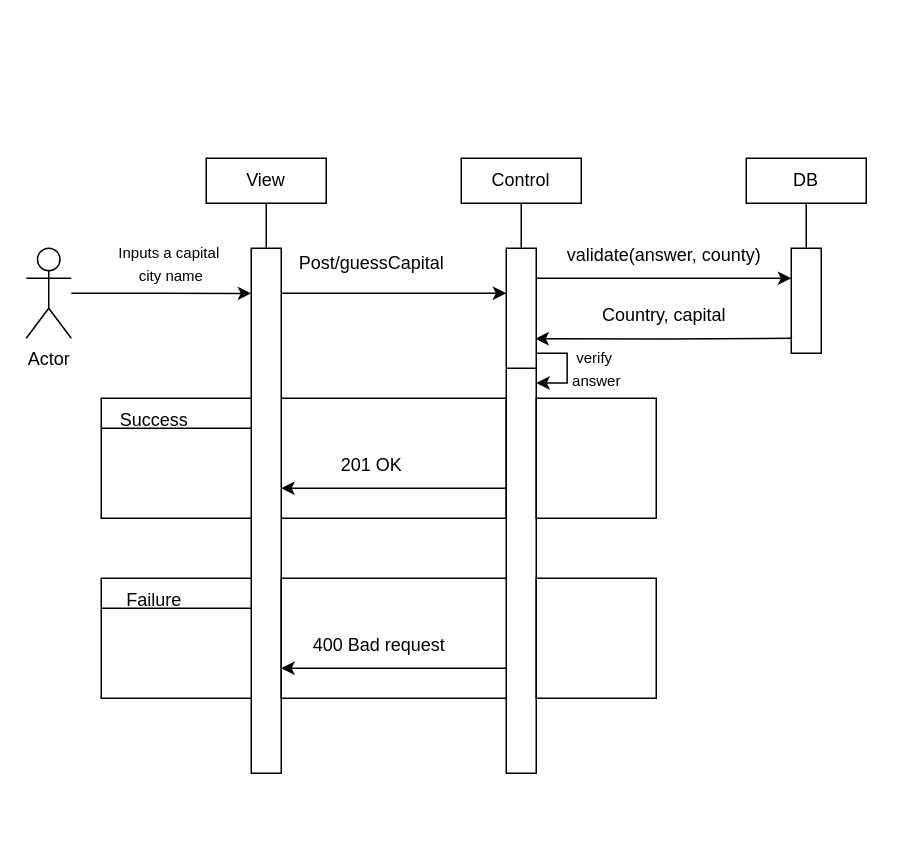
cis350/homework-2-software-design-sequence-diagram-rest-api-Hmucyo keeps this draw.io diagram as Untitled Diagram.drawio. Above is the earlier version. Source tidied: cells renumbered, new cells numbered last; positions are measured from the earlier drawing's top-left corner, leaving out a move shared by most shapes. Both pictures are drawn from the tidied source at 150%, with x=0, y=0 at pixel (26, 158).
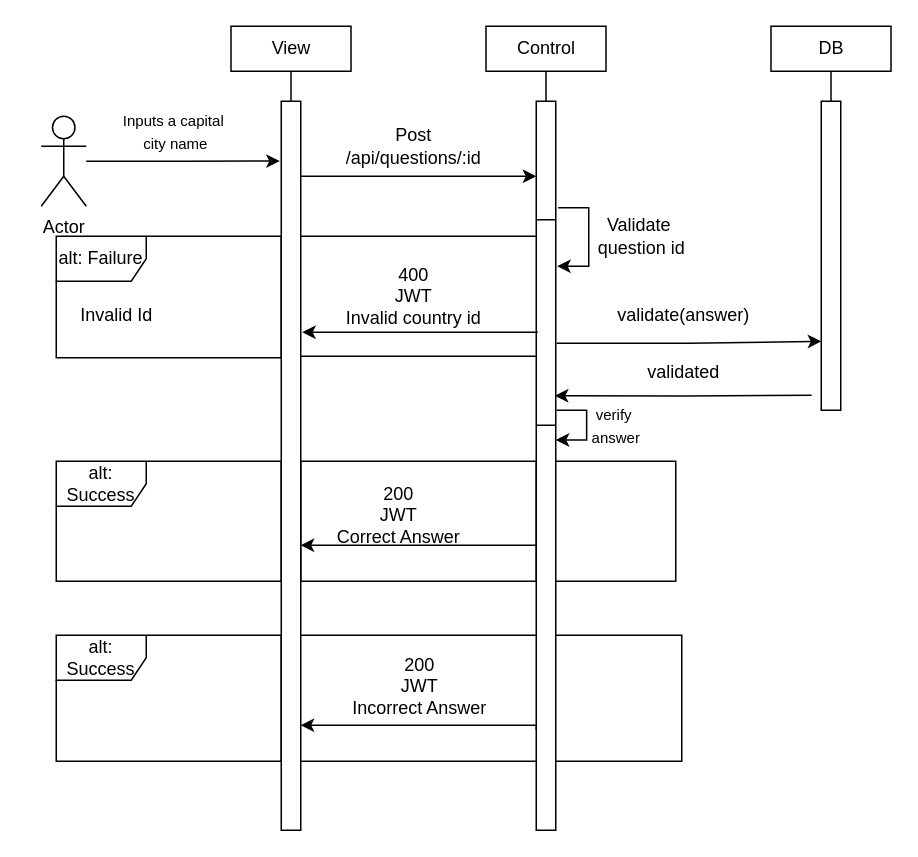
The same page after the edit.

Change to the diagram source:
```diff
@@
     <mxCell id="2" style="rounded=0;whiteSpace=wrap;html=1;" parent="1" vertex="1">
-      <mxGeometry x="170" y="160" width="150" height="80" as="geometry" />
+      <mxGeometry x="183" y="202" width="157" height="80" as="geometry" />
     </mxCell>
     <mxCell id="3" value="View" style="rounded=0;whiteSpace=wrap;html=1;" parent="1" vertex="1">
-      <mxGeometry x="120" width="80" height="30" as="geometry" />
+      <mxGeometry x="136.5" y="-88" width="80" height="30" as="geometry" />
     </mxCell>
     <mxCell id="4" style="edgeStyle=orthogonalEdgeStyle;rounded=0;jettySize=auto;html=1;" parent="1" edge="1" source="5" target="10">
       <mxGeometry relative="1" as="geometry">
         <Array as="points">
-          <mxPoint x="250" y="90" />
-          <mxPoint x="250" y="90" />
+          <mxPoint x="250" y="12" />
+          <mxPoint x="250" y="12" />
         </Array>
       </mxGeometry>
     </mxCell>
     <mxCell id="5" style="rounded=0;whiteSpace=wrap;html=1;" parent="1" vertex="1">
-      <mxGeometry x="150" y="60" width="20" height="350" as="geometry" />
+      <mxGeometry x="170" y="-38" width="13" height="486" as="geometry" />
     </mxCell>
@@
     <mxCell id="7" value="Control" style="rounded=0;whiteSpace=wrap;html=1;" parent="1" vertex="1">
-      <mxGeometry x="290" width="80" height="30" as="geometry" />
+      <mxGeometry x="306.5" y="-88" width="80" height="30" as="geometry" />
     </mxCell>
-    <mxCell id="8" style="edgeStyle=orthogonalEdgeStyle;rounded=0;orthogonalLoop=1;jettySize=auto;html=1;" parent="1" edge="1">
+    <mxCell id="8" style="edgeStyle=orthogonalEdgeStyle;rounded=0;jettySize=auto;html=1;exitX=1.051;exitY=0.332;exitDx=0;exitDy=0;exitPerimeter=0;" parent="1" edge="1" source="10">
       <mxGeometry relative="1" as="geometry">
-        <mxPoint x="340" y="80" as="sourcePoint" />
-        <mxPoint x="510" y="80" as="targetPoint" />
+        <mxPoint x="530" y="122" as="targetPoint" />
       </mxGeometry>
     </mxCell>
     <mxCell id="9" style="edgeStyle=orthogonalEdgeStyle;rounded=0;orthogonalLoop=1;jettySize=auto;html=1;entryX=0.969;entryY=0.571;entryDx=0;entryDy=0;entryPerimeter=0;" parent="1" edge="1">
       <mxGeometry relative="1" as="geometry">
-        <mxPoint x="340.6" y="130" as="sourcePoint" />
-        <mxPoint x="340" y="149.8" as="targetPoint" />
+        <mxPoint x="353.6" y="168" as="sourcePoint" />
+        <mxPoint x="353" y="187.8" as="targetPoint" />
         <Array as="points">
-          <mxPoint x="360.6" y="130" />
-          <mxPoint x="360.6" y="150" />
+          <mxPoint x="373.6" y="168" />
+          <mxPoint x="373.6" y="188" />
         </Array>
       </mxGeometry>
     </mxCell>
     <mxCell id="10" style="rounded=0;whiteSpace=wrap;html=1;" parent="1" vertex="1">
-      <mxGeometry x="320" y="60" width="20" height="350" as="geometry" />
+      <mxGeometry x="340" y="-38" width="13" height="486" as="geometry" />
     </mxCell>
     <mxCell id="11" style="edgeStyle=orthogonalEdgeStyle;rounded=0;jettySize=auto;html=1;" parent="1" edge="1" source="10">
       <mxGeometry relative="1" as="geometry">
-        <mxPoint x="170" y="220" as="targetPoint" />
+        <mxPoint x="183" y="258" as="targetPoint" />
         <Array as="points">
-          <mxPoint x="170" y="220" />
+          <mxPoint x="183" y="258" />
         </Array>
       </mxGeometry>
     </mxCell>
@@
     <mxCell id="13" value="DB" style="rounded=0;whiteSpace=wrap;html=1;" parent="1" vertex="1">
-      <mxGeometry x="480" width="80" height="30" as="geometry" />
+      <mxGeometry x="496.5" y="-88" width="80" height="30" as="geometry" />
     </mxCell>
     <mxCell id="14" style="rounded=0;whiteSpace=wrap;html=1;" parent="1" vertex="1">
-      <mxGeometry x="510" y="60" width="20" height="70" as="geometry" />
+      <mxGeometry x="530" y="-38" width="13" height="206" as="geometry" />
     </mxCell>
@@
     <mxCell id="16" value="Actor" style="shape=umlActor;verticalLabelPosition=bottom;verticalAlign=top;html=1;outlineConnect=0;" parent="1" vertex="1">
-      <mxGeometry y="60" width="30" height="60" as="geometry" />
+      <mxGeometry x="10" y="-28" width="30" height="60" as="geometry" />
     </mxCell>
-    <mxCell id="17" style="edgeStyle=orthogonalEdgeStyle;rounded=0;jettySize=auto;html=1;entryX=0;entryY=0.086;entryDx=0;entryDy=0;entryPerimeter=0;" parent="1" edge="1" source="16" target="5">
+    <mxCell id="17" style="edgeStyle=orthogonalEdgeStyle;rounded=0;jettySize=auto;html=1;entryX=-0.077;entryY=0.082;entryDx=0;entryDy=0;entryPerimeter=0;" parent="1" edge="1" source="16" target="5">
       <mxGeometry relative="1" as="geometry" />
     </mxCell>
     <mxCell id="18" value="&lt;font style=&quot;font-size: 10px;&quot;&gt;Inputs a capital&lt;/font&gt;&lt;div&gt;&lt;font style=&quot;font-size: 10px;&quot;&gt;&amp;nbsp;city name&lt;/font&gt;&lt;/div&gt;" style="text;html=1;align=center;verticalAlign=middle;strokeColor=none;fillColor=none;" parent="1" vertex="1">
-      <mxGeometry x="50" y="50" width="90" height="40" as="geometry" />
+      <mxGeometry x="53" y="-38" width="90" height="40" as="geometry" />
     </mxCell>
-    <mxCell id="19" value="Post/guessCapital" style="text;html=1;align=center;verticalAlign=middle;strokeColor=none;fillColor=none;" parent="1" vertex="1">
-      <mxGeometry x="170" y="55" width="120" height="30" as="geometry" />
+    <mxCell id="19" value="Post&lt;div&gt;/api/questions/:id&lt;/div&gt;" style="text;html=1;align=center;verticalAlign=middle;strokeColor=none;fillColor=none;" parent="1" vertex="1">
+      <mxGeometry x="203" y="-28" width="110" height="40" as="geometry" />
     </mxCell>
-    <mxCell id="20" value="validate(answer, county)" style="text;html=1;align=center;verticalAlign=middle;strokeColor=none;fillColor=none;" parent="1" vertex="1">
-      <mxGeometry x="350" y="50" width="150" height="30" as="geometry" />
+    <mxCell id="20" value="validate(answer)" style="text;html=1;align=center;verticalAlign=middle;strokeColor=none;fillColor=none;" parent="1" vertex="1">
+      <mxGeometry x="383" y="90" width="110" height="30" as="geometry" />
     </mxCell>
     <mxCell id="21" style="edgeStyle=orthogonalEdgeStyle;rounded=0;orthogonalLoop=1;jettySize=auto;html=1;entryX=0.942;entryY=0.101;entryDx=0;entryDy=0;entryPerimeter=0;" parent="1" edge="1">
       <mxGeometry relative="1" as="geometry">
-        <mxPoint x="510.6" y="120" as="sourcePoint" />
-        <mxPoint x="339.4" y="120.3" as="targetPoint" />
+        <mxPoint x="523.6" y="158" as="sourcePoint" />
+        <mxPoint x="352.4" y="158.3" as="targetPoint" />
       </mxGeometry>
     </mxCell>
-    <mxCell id="22" value="Country, capital" style="text;html=1;align=center;verticalAlign=middle;strokeColor=none;fillColor=none;" parent="1" vertex="1">
-      <mxGeometry x="370" y="90" width="110" height="30" as="geometry" />
+    <mxCell id="22" value="validated" style="text;html=1;align=center;verticalAlign=middle;strokeColor=none;fillColor=none;" parent="1" vertex="1">
+      <mxGeometry x="403" y="128" width="70" height="30" as="geometry" />
     </mxCell>
     <mxCell id="23" style="endArrow=none;html=1;rounded=0;" parent="1" edge="1">
       <mxGeometry relative="1" as="geometry">
-        <mxPoint x="320" y="140" as="sourcePoint" />
-        <mxPoint x="340" y="140" as="targetPoint" />
+        <mxPoint x="340" y="178" as="sourcePoint" />
+        <mxPoint x="353" y="178" as="targetPoint" />
         <Array as="points">
-          <mxPoint x="340" y="140" />
+          <mxPoint x="353" y="178" />
         </Array>
       </mxGeometry>
     </mxCell>
     <mxCell id="24" value="&lt;font style=&quot;font-size: 10px;&quot;&gt;verify&amp;nbsp;&lt;/font&gt;&lt;div&gt;&lt;font style=&quot;font-size: 10px;&quot;&gt;answer&lt;/font&gt;&lt;/div&gt;" style="text;html=1;align=center;verticalAlign=middle;strokeColor=none;fillColor=none;" parent="1" vertex="1">
-      <mxGeometry x="350" y="120" width="60" height="40" as="geometry" />
+      <mxGeometry x="363" y="158" width="60" height="40" as="geometry" />
     </mxCell>
     <mxCell id="25" style="whiteSpace=wrap;html=1;" parent="1" vertex="1">
-      <mxGeometry x="340" y="160" width="80" height="80" as="geometry" />
+      <mxGeometry x="353" y="202" width="80" height="80" as="geometry" />
     </mxCell>
     <mxCell id="26" style="whiteSpace=wrap;html=1;" parent="1" vertex="1">
-      <mxGeometry x="340" y="280" width="80" height="80" as="geometry" />
+      <mxGeometry x="353" y="318" width="84" height="84" as="geometry" />
     </mxCell>
     <mxCell id="27" style="rounded=0;whiteSpace=wrap;html=1;" parent="1" vertex="1">
-      <mxGeometry x="170" y="280" width="150" height="80" as="geometry" />
+      <mxGeometry x="183" y="318" width="157" height="84" as="geometry" />
     </mxCell>
-    <mxCell id="28" style="rounded=0;whiteSpace=wrap;html=1;" parent="1" vertex="1">
-      <mxGeometry x="50" y="160" width="100" height="80" as="geometry" />
-    </mxCell>
-    <mxCell id="29" style="endArrow=none;html=1;rounded=0;entryX=1;entryY=0.25;entryDx=0;entryDy=0;" parent="1" edge="1" target="28">
-      <mxGeometry relative="1" as="geometry">
-        <mxPoint x="50" y="180" as="sourcePoint" />
-      </mxGeometry>
-    </mxCell>
-    <mxCell id="30" style="rounded=0;whiteSpace=wrap;html=1;" parent="1" vertex="1">
-      <mxGeometry x="50" y="280" width="100" height="80" as="geometry" />
-    </mxCell>
-    <mxCell id="31" style="endArrow=none;html=1;rounded=0;entryX=1;entryY=0.25;entryDx=0;entryDy=0;" parent="1" edge="1" target="30">
-      <mxGeometry relative="1" as="geometry">
-        <mxPoint x="50" y="300" as="sourcePoint" />
-      </mxGeometry>
-    </mxCell>
-    <mxCell id="32" value="Success" style="text;html=1;align=center;verticalAlign=middle;strokeColor=none;fillColor=none;" parent="1" vertex="1">
-      <mxGeometry x="50" y="160" width="70" height="30" as="geometry" />
-    </mxCell>
-    <mxCell id="33" value="Failure" style="text;html=1;align=center;verticalAlign=middle;strokeColor=none;fillColor=none;" parent="1" vertex="1">
-      <mxGeometry x="55" y="280" width="60" height="30" as="geometry" />
-    </mxCell>
-    <mxCell id="34" style="edgeStyle=orthogonalEdgeStyle;rounded=0;orthogonalLoop=1;jettySize=auto;html=1;" parent="1" edge="1">
+    <mxCell id="34" style="edgeStyle=orthogonalEdgeStyle;rounded=0;jettySize=auto;html=1;exitX=1;exitY=0.75;exitDx=0;exitDy=0;" parent="1" edge="1" source="27">
       <mxGeometry relative="1" as="geometry">
-        <mxPoint x="320" y="340" as="sourcePoint" />
-        <mxPoint x="170" y="340" as="targetPoint" />
+        <mxPoint x="183" y="378" as="targetPoint" />
         <Array as="points">
-          <mxPoint x="170" y="340" />
+          <mxPoint x="340" y="378" />
         </Array>
       </mxGeometry>
     </mxCell>
-    <mxCell id="35" value="201 OK" style="text;html=1;align=center;verticalAlign=middle;strokeColor=none;fillColor=none;" parent="1" vertex="1">
-      <mxGeometry x="200" y="190" width="60" height="30" as="geometry" />
+    <mxCell id="35" value="200&lt;div&gt;JWT&lt;/div&gt;&lt;div&gt;Correct Answer&lt;/div&gt;" style="text;html=1;align=center;verticalAlign=middle;strokeColor=none;fillColor=none;" parent="1" vertex="1">
+      <mxGeometry x="193" y="208" width="110" height="60" as="geometry" />
     </mxCell>
-    <mxCell id="36" value="400 Bad request" style="text;html=1;align=center;verticalAlign=middle;strokeColor=none;fillColor=none;" parent="1" vertex="1">
-      <mxGeometry x="180" y="310" width="110" height="30" as="geometry" />
-    </mxCell>
+    <mxCell id="37" value="alt:&lt;div&gt;Success&lt;/div&gt;" style="shape=umlFrame;whiteSpace=wrap;html=1;" parent="1" vertex="1">
+      <mxGeometry x="20" y="202" width="150" height="80" as="geometry" />
+    </mxCell>
+    <mxCell id="38" style="endArrow=none;html=1;rounded=0;" parent="1" edge="1">
+      <mxGeometry relative="1" as="geometry">
+        <mxPoint x="340" y="41" as="sourcePoint" />
+        <mxPoint x="353" y="41" as="targetPoint" />
+        <Array as="points">
+          <mxPoint x="353" y="41" />
+        </Array>
+      </mxGeometry>
+    </mxCell>
+    <mxCell id="39" style="edgeStyle=orthogonalEdgeStyle;rounded=0;orthogonalLoop=1;jettySize=auto;html=1;" parent="1" edge="1">
+      <mxGeometry relative="1" as="geometry">
+        <mxPoint x="354.6" y="33" as="sourcePoint" />
+        <mxPoint x="354" y="72" as="targetPoint" />
+        <Array as="points">
+          <mxPoint x="375" y="33" />
+          <mxPoint x="375" y="72" />
+        </Array>
+      </mxGeometry>
+    </mxCell>
+    <mxCell id="40" value="Validate&amp;nbsp;&lt;div&gt;question id&lt;/div&gt;" style="text;html=1;align=center;verticalAlign=middle;strokeColor=none;fillColor=none;" parent="1" vertex="1">
+      <mxGeometry x="370" y="32" width="80" height="40" as="geometry" />
+    </mxCell>
+    <mxCell id="41" value="alt: Failure" style="shape=umlFrame;whiteSpace=wrap;html=1;" parent="1" vertex="1">
+      <mxGeometry x="20" y="52" width="150" height="81" as="geometry" />
+    </mxCell>
+    <mxCell id="42" style="rounded=0;whiteSpace=wrap;html=1;" parent="1" vertex="1">
+      <mxGeometry x="183" y="52" width="157" height="80" as="geometry" />
+    </mxCell>
+    <mxCell id="43" style="edgeStyle=orthogonalEdgeStyle;rounded=0;orthogonalLoop=1;jettySize=auto;html=1;" parent="1" edge="1">
+      <mxGeometry relative="1" as="geometry">
+        <mxPoint x="341" y="116" as="sourcePoint" />
+        <mxPoint x="184" y="116" as="targetPoint" />
+        <Array as="points">
+          <mxPoint x="184" y="116" />
+        </Array>
+      </mxGeometry>
+    </mxCell>
+    <mxCell id="44" value="400&lt;div&gt;JWT&lt;/div&gt;&lt;div&gt;Invalid country id&lt;/div&gt;" style="text;html=1;align=center;verticalAlign=middle;strokeColor=none;fillColor=none;" parent="1" vertex="1">
+      <mxGeometry x="203" y="62" width="110" height="60" as="geometry" />
+    </mxCell>
+    <mxCell id="45" value="Invalid Id" style="text;html=1;align=center;verticalAlign=middle;strokeColor=none;fillColor=none;" parent="1" vertex="1">
+      <mxGeometry x="25" y="90" width="70" height="30" as="geometry" />
+    </mxCell>
+    <mxCell id="46" value="alt:&lt;div&gt;Success&lt;/div&gt;" style="shape=umlFrame;whiteSpace=wrap;html=1;" parent="1" vertex="1">
+      <mxGeometry x="20" y="318" width="150" height="84" as="geometry" />
+    </mxCell>
+    <mxCell id="47" value="200&lt;div&gt;JWT&lt;/div&gt;&lt;div&gt;Incorrect Answer&lt;/div&gt;" style="text;html=1;align=center;verticalAlign=middle;strokeColor=none;fillColor=none;" parent="1" vertex="1">
+      <mxGeometry x="206.5" y="322" width="110" height="60" as="geometry" />
+    </mxCell>
```
